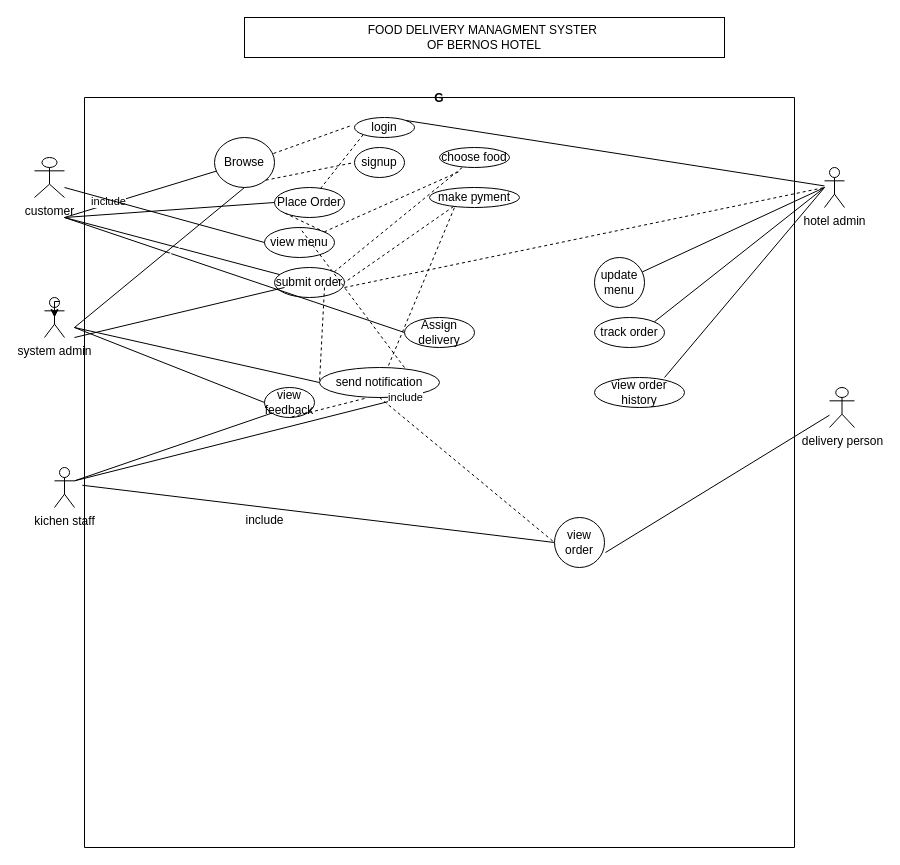
The draw.io diagram user case11.drawio in Bethan-one/my-check, before the edit. Source tidied: cells renumbered, new cells numbered last; positions are measured from the earlier drawing's top-left corner, leaving out a move shared by most shapes. Both pictures are drawn from the tidied source at 100%, with x=0, y=0 at pixel (34, 17).
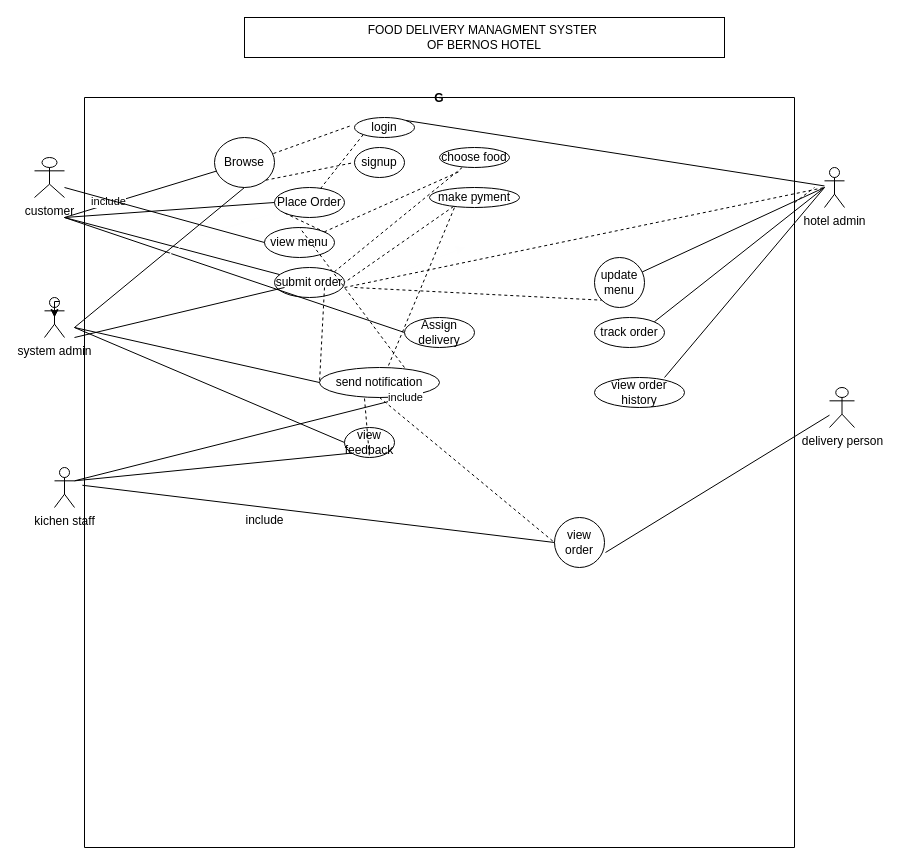
Above is the later version.

The change refers to these unchanged cells:
```xml
<mxCell id="4" value="G" style="swimlane;startSize=0;" parent="1" vertex="1">
  <mxGeometry x="50" y="80" width="710" height="750" as="geometry" />
</mxCell>
<mxCell id="28" value="update menu" style="ellipse;whiteSpace=wrap;html=1;" parent="4" vertex="1">
  <mxGeometry x="510" y="160" width="50" height="50" as="geometry" />
</mxCell>
```

Change to the diagram source:
```diff
@@
     <mxCell id="15" value="view feedback" style="ellipse;whiteSpace=wrap;html=1;" parent="4" vertex="1">
-      <mxGeometry x="180" y="290" width="50" height="30" as="geometry" />
+      <mxGeometry x="260" y="330" width="50" height="30" as="geometry" />
     </mxCell>
@@
+    <mxCell id="58" style="endArrow=none;dashed=1;html=1;rounded=0;" parent="1" edge="1" source="4">
+      <mxGeometry relative="1" as="geometry">
+        <mxPoint x="780" y="170" as="targetPoint" />
+      </mxGeometry>
+    </mxCell>
+    <mxCell id="59" style="endArrow=none;dashed=1;html=1;rounded=0;entryX=0;entryY=1;entryDx=0;entryDy=0;" parent="1" edge="1" target="28">
+      <mxGeometry relative="1" as="geometry">
+        <mxPoint x="320" y="270" as="sourcePoint" />
+      </mxGeometry>
+    </mxCell>
```
